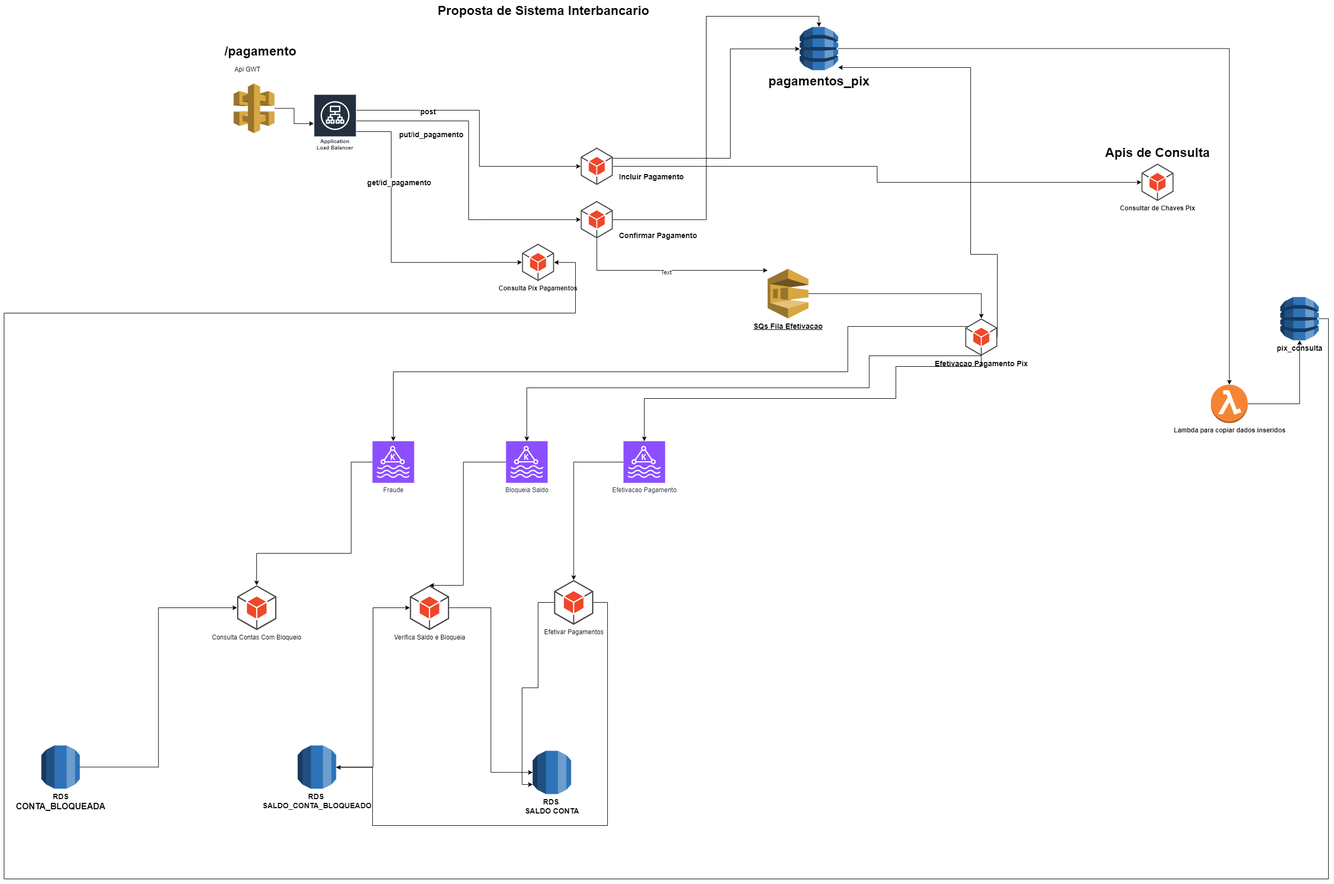
The draw.io diagram etapa1_desenho_projeto/desenho.png in langkammer/fullStackProgrammer2024, before a commit. Source tidied: cells renumbered, new cells last; positions are measured from the earlier drawing's top-left corner, leaving out a move shared by most shapes.
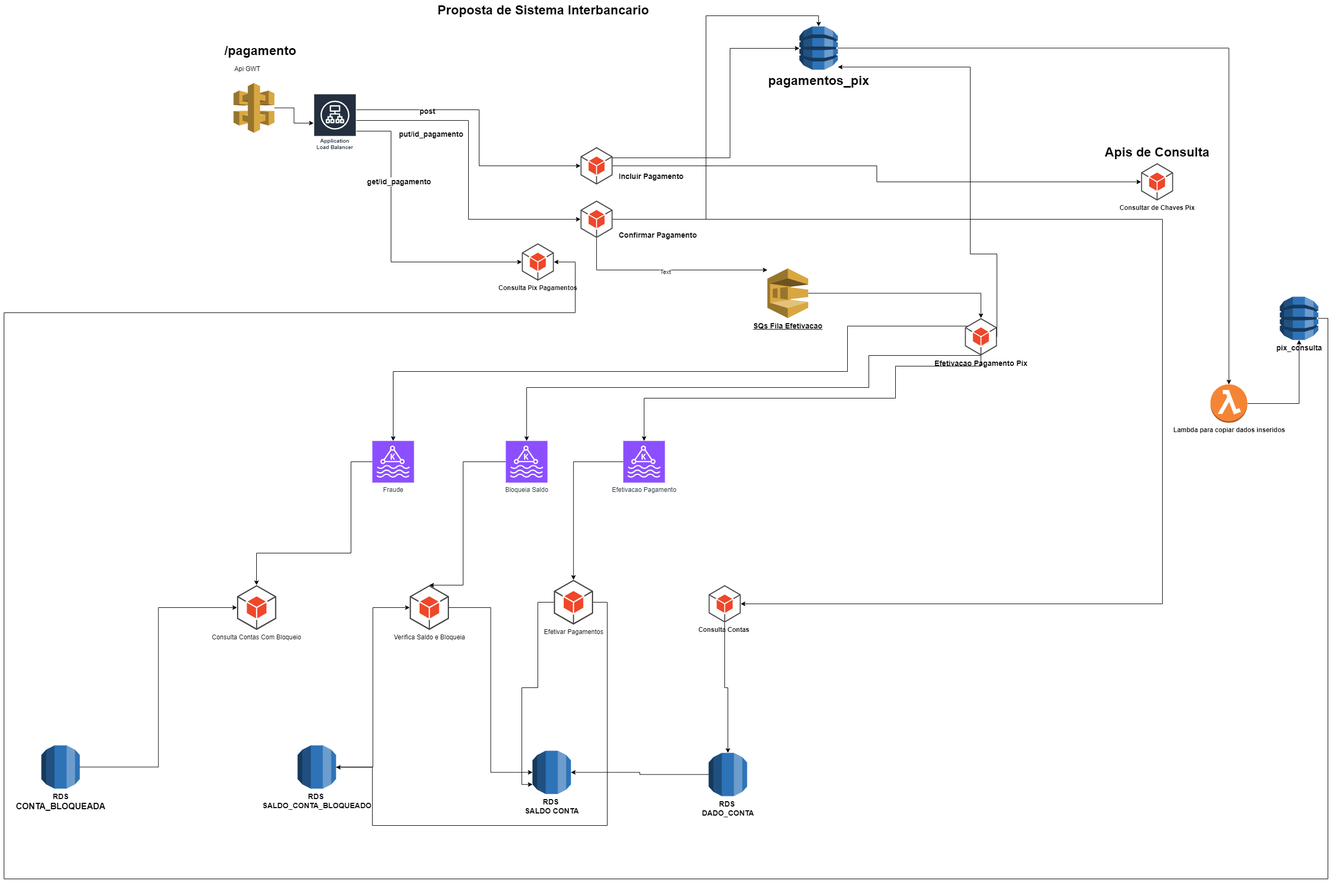
Above is the later version.

What changed in the source:
```diff
@@ -65,6 +65,14 @@
     <mxCell id="17" value="Text" style="edgeLabel;html=1;align=center;verticalAlign=middle;" parent="16" vertex="1">
       <mxGeometry x="-0.01" y="-3" relative="1" as="geometry" />
     </mxCell>
+    <mxCell id="56" style="edgeStyle=orthogonalEdgeStyle;rounded=0;jettySize=auto;html=1;" parent="1" edge="1" source="18" target="57">
+      <mxGeometry relative="1" as="geometry">
+        <Array as="points">
+          <mxPoint x="2170" y="411" />
+          <mxPoint x="2170" y="1131" />
+        </Array>
+      </mxGeometry>
+    </mxCell>
     <mxCell id="18" value="&lt;div&gt;&lt;div&gt;&lt;br&gt;&lt;/div&gt;&lt;/div&gt;" style="outlineConnect=0;dashed=0;verticalLabelPosition=bottom;verticalAlign=top;align=center;html=1;shape=mxgraph.aws3.android;fillColor=#EE472A;gradientColor=none;" parent="1" vertex="1">
       <mxGeometry x="1080" y="376" width="60" height="70" as="geometry" />
     </mxCell>
@@ -257,5 +265,17 @@
     <mxCell id="55" style="edgeStyle=orthogonalEdgeStyle;rounded=0;jettySize=auto;html=1;entryX=0;entryY=0.5;entryDx=0;entryDy=0;entryPerimeter=0;" parent="1" edge="1" source="36" target="44">
       <mxGeometry relative="1" as="geometry" />
     </mxCell>
+    <mxCell id="57" value="&lt;b&gt;Consulta Contas&amp;nbsp;&lt;/b&gt;" style="outlineConnect=0;dashed=0;verticalLabelPosition=bottom;verticalAlign=top;align=center;html=1;shape=mxgraph.aws3.android;fillColor=#EE472A;gradientColor=none;" parent="1" vertex="1">
+      <mxGeometry x="1320" y="1096" width="60" height="70" as="geometry" />
+    </mxCell>
+    <mxCell id="58" style="edgeStyle=orthogonalEdgeStyle;rounded=0;jettySize=auto;html=1;" parent="1" edge="1" source="59" target="44">
+      <mxGeometry relative="1" as="geometry" />
+    </mxCell>
+    <mxCell id="59" value="&lt;font style=&quot;font-size: 14px;&quot;&gt;&lt;b&gt;RDS&amp;nbsp;&lt;/b&gt;&lt;/font&gt;&lt;div&gt;&lt;span style=&quot;font-size: 14px;&quot;&gt;&lt;b&gt;DADO_CONTA&lt;/b&gt;&lt;/span&gt;&lt;/div&gt;" style="outlineConnect=0;dashed=0;verticalLabelPosition=bottom;verticalAlign=top;align=center;html=1;shape=mxgraph.aws3.rds;fillColor=#2E73B8;gradientColor=none;" parent="1" vertex="1">
+      <mxGeometry x="1320" y="1410" width="72" height="81" as="geometry" />
+    </mxCell>
+    <mxCell id="60" style="edgeStyle=orthogonalEdgeStyle;rounded=0;jettySize=auto;html=1;entryX=0.5;entryY=0;entryDx=0;entryDy=0;entryPerimeter=0;" parent="1" edge="1" source="57" target="59">
+      <mxGeometry relative="1" as="geometry" />
+    </mxCell>
   </root>
 </mxGraphModel>
```
